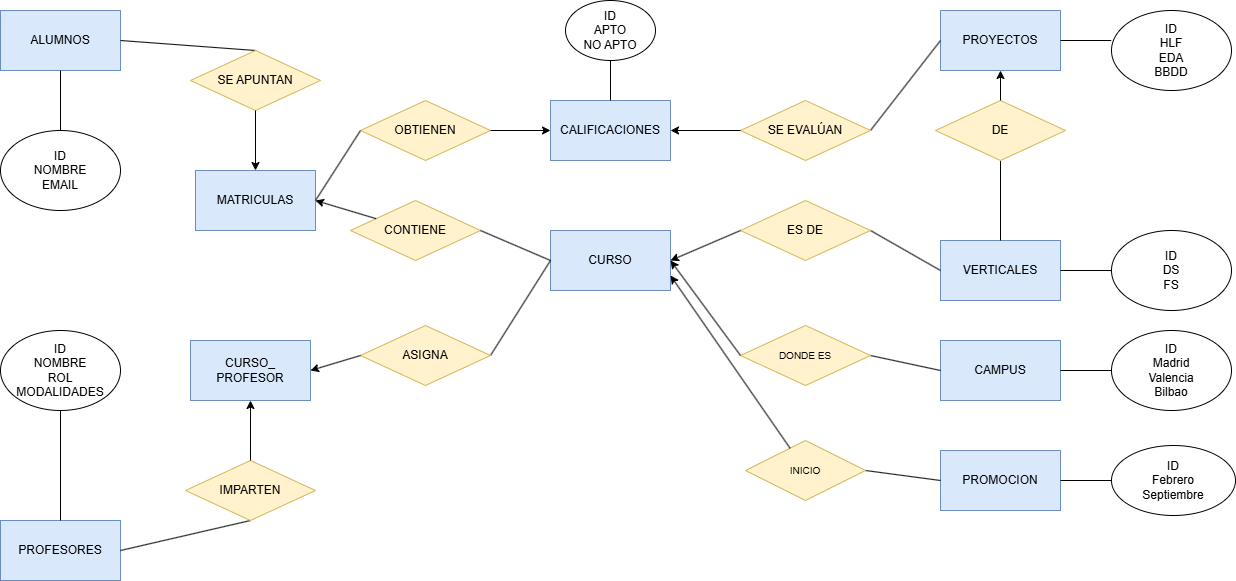
The draw.io diagram modelos/modelo entidad relacion.png in ijdiaz17/BBDD, before a commit. Source tidied: cells renumbered, new cells last; positions are measured from the earlier drawing's top-left corner, leaving out a move shared by most shapes.
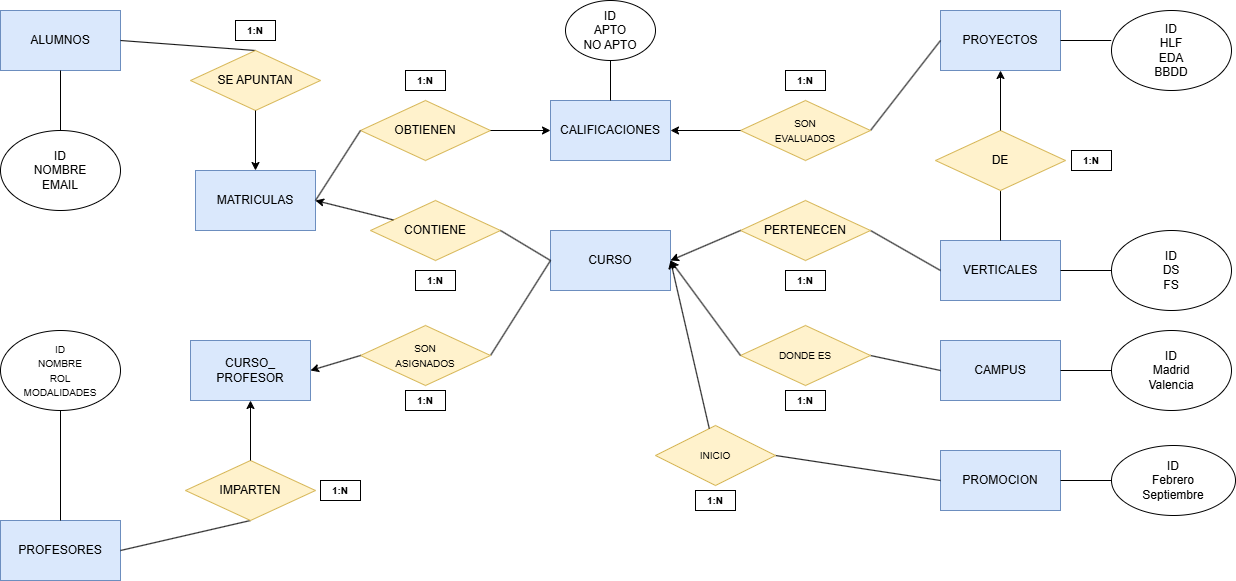
Above is the later version.

Commit message:
CARGA DE ARCHIVOS

Change to the diagram source:
```diff
@@ -35,10 +35,10 @@
     <mxCell id="12" value="&lt;div&gt;ID&lt;/div&gt;NOMBRE&lt;div&gt;EMAIL&lt;/div&gt;" style="ellipse;whiteSpace=wrap;html=1;" parent="1" vertex="1">
       <mxGeometry y="130" width="120" height="80" as="geometry" />
     </mxCell>
-    <mxCell id="13" value="&lt;div&gt;ID&lt;/div&gt;NOMBRE&lt;div&gt;ROL&lt;/div&gt;&lt;div&gt;MODALIDADES&lt;/div&gt;" style="ellipse;whiteSpace=wrap;html=1;" parent="1" vertex="1">
+    <mxCell id="13" value="&lt;div&gt;&lt;font style=&quot;font-size: 10px;&quot;&gt;ID&lt;/font&gt;&lt;/div&gt;&lt;font style=&quot;font-size: 10px;&quot;&gt;NOMBRE&lt;/font&gt;&lt;div&gt;&lt;font style=&quot;font-size: 10px;&quot;&gt;ROL&lt;/font&gt;&lt;/div&gt;&lt;div&gt;&lt;font style=&quot;font-size: 10px;&quot;&gt;MODALIDADES&lt;/font&gt;&lt;/div&gt;" style="ellipse;whiteSpace=wrap;html=1;" parent="1" vertex="1">
       <mxGeometry y="330" width="120" height="80" as="geometry" />
     </mxCell>
-    <mxCell id="14" value="&lt;div&gt;ID&lt;/div&gt;Madrid&lt;div&gt;Valencia&lt;/div&gt;&lt;div&gt;Bilbao&lt;/div&gt;" style="ellipse;whiteSpace=wrap;html=1;" parent="1" vertex="1">
+    <mxCell id="14" value="&lt;div&gt;ID&lt;/div&gt;Madrid&lt;div&gt;Valencia&lt;/div&gt;" style="ellipse;whiteSpace=wrap;html=1;" parent="1" vertex="1">
       <mxGeometry x="1111" y="330" width="120" height="80" as="geometry" />
     </mxCell>
     <mxCell id="15" value="&lt;div&gt;ID&lt;/div&gt;DS&lt;div&gt;FS&lt;/div&gt;" style="ellipse;whiteSpace=wrap;html=1;" parent="1" vertex="1">
@@ -68,13 +68,13 @@
     <mxCell id="23" style="endArrow=none;html=1;rounded=0;exitX=1;exitY=0.5;exitDx=0;exitDy=0;entryX=0;entryY=0.5;entryDx=0;entryDy=0;" parent="1" edge="1" source="24" target="2">
       <mxGeometry relative="1" as="geometry" />
     </mxCell>
-    <mxCell id="24" value="SE EVALÚAN" style="rhombus;whiteSpace=wrap;html=1;fillColor=#fff2cc;strokeColor=#d6b656;" parent="1" vertex="1">
+    <mxCell id="24" value="&lt;div&gt;&lt;font style=&quot;font-size: 10px;&quot;&gt;SON&lt;/font&gt;&lt;/div&gt;&lt;div&gt;&lt;font style=&quot;font-size: 10px;&quot;&gt;EVALUADOS&lt;/font&gt;&lt;/div&gt;" style="rhombus;whiteSpace=wrap;html=1;fillColor=#fff2cc;strokeColor=#d6b656;" parent="1" vertex="1">
       <mxGeometry x="740" y="100" width="130" height="60" as="geometry" />
     </mxCell>
     <mxCell id="25" style="endArrow=none;html=1;rounded=0;entryX=0;entryY=0.5;entryDx=0;entryDy=0;exitX=1;exitY=0.5;exitDx=0;exitDy=0;" parent="1" edge="1" source="26" target="4">
       <mxGeometry relative="1" as="geometry" />
     </mxCell>
-    <mxCell id="26" value="ES DE" style="rhombus;whiteSpace=wrap;html=1;fillColor=#fff2cc;strokeColor=#d6b656;" parent="1" vertex="1">
+    <mxCell id="26" value="PERTENECEN" style="rhombus;whiteSpace=wrap;html=1;fillColor=#fff2cc;strokeColor=#d6b656;" parent="1" vertex="1">
       <mxGeometry x="740" y="200" width="130" height="60" as="geometry" />
     </mxCell>
     <mxCell id="27" style="endArrow=none;html=1;rounded=0;entryX=0;entryY=0.5;entryDx=0;entryDy=0;exitX=1;exitY=0.5;exitDx=0;exitDy=0;" parent="1" edge="1" source="28" target="3">
@@ -87,25 +87,25 @@
       <mxGeometry relative="1" as="geometry" />
     </mxCell>
     <mxCell id="30" value="&lt;font style=&quot;font-size: 10px;&quot;&gt;INICIO&lt;/font&gt;" style="rhombus;whiteSpace=wrap;html=1;fillColor=#fff2cc;strokeColor=#d6b656;" parent="1" vertex="1">
-      <mxGeometry x="745" y="440" width="120" height="60" as="geometry" />
+      <mxGeometry x="655" y="425" width="120" height="60" as="geometry" />
     </mxCell>
     <mxCell id="31" value="&lt;div&gt;OBTIENEN&lt;/div&gt;" style="rhombus;whiteSpace=wrap;html=1;fillColor=#fff2cc;strokeColor=#d6b656;" parent="1" vertex="1">
       <mxGeometry x="360" y="100" width="130" height="60" as="geometry" />
     </mxCell>
     <mxCell id="32" value="CONTIENE" style="rhombus;whiteSpace=wrap;html=1;fillColor=#fff2cc;strokeColor=#d6b656;" parent="1" vertex="1">
-      <mxGeometry x="350" y="200" width="130" height="60" as="geometry" />
+      <mxGeometry x="370" y="200" width="130" height="60" as="geometry" />
     </mxCell>
     <mxCell id="33" style="endArrow=none;html=1;rounded=0;exitX=1;exitY=0.5;exitDx=0;exitDy=0;entryX=0;entryY=0.5;entryDx=0;entryDy=0;" parent="1" edge="1" source="34" target="8">
       <mxGeometry relative="1" as="geometry" />
     </mxCell>
-    <mxCell id="34" value="ASIGNA" style="rhombus;whiteSpace=wrap;html=1;fillColor=#fff2cc;strokeColor=#d6b656;" parent="1" vertex="1">
+    <mxCell id="34" value="&lt;font style=&quot;font-size: 10px;&quot;&gt;SON&lt;/font&gt;&lt;div&gt;&lt;font style=&quot;font-size: 10px;&quot;&gt;ASIGNADOS&lt;/font&gt;&lt;/div&gt;" style="rhombus;whiteSpace=wrap;html=1;fillColor=#fff2cc;strokeColor=#d6b656;" parent="1" vertex="1">
       <mxGeometry x="360" y="325" width="130" height="60" as="geometry" />
     </mxCell>
     <mxCell id="35" style="endArrow=none;html=1;rounded=0;entryX=0.5;entryY=1;entryDx=0;entryDy=0;" parent="1" edge="1" source="4" target="36">
       <mxGeometry relative="1" as="geometry" />
     </mxCell>
     <mxCell id="36" value="DE" style="rhombus;whiteSpace=wrap;html=1;fillColor=#fff2cc;strokeColor=#d6b656;" parent="1" vertex="1">
-      <mxGeometry x="935" y="100" width="130" height="60" as="geometry" />
+      <mxGeometry x="935" y="130" width="130" height="60" as="geometry" />
     </mxCell>
     <mxCell id="37" style="endArrow=none;html=1;rounded=0;entryX=-0.002;entryY=0.375;entryDx=0;entryDy=0;exitX=1;exitY=0.5;exitDx=0;exitDy=0;entryPerimeter=0;" parent="1" edge="1" source="2" target="16">
       <mxGeometry relative="1" as="geometry" />
@@ -156,17 +156,49 @@
     <mxCell id="51" style="endArrow=classic;html=1;rounded=0;entryX=1;entryY=0.5;entryDx=0;entryDy=0;exitX=0;exitY=0.5;exitDx=0;exitDy=0;" parent="1" edge="1" source="24" target="10">
       <mxGeometry relative="1" as="geometry" />
     </mxCell>
-    <mxCell id="52" style="endArrow=classic;html=1;rounded=0;exitX=0;exitY=0.5;exitDx=0;exitDy=0;entryX=1;entryY=0.5;entryDx=0;entryDy=0;" parent="1" edge="1" source="26" target="8">
-      <mxGeometry relative="1" as="geometry" />
+    <mxCell id="52" style="endArrow=classic;html=1;rounded=0;exitX=0;exitY=0.5;exitDx=0;exitDy=0;" parent="1" edge="1" source="26">
+      <mxGeometry relative="1" as="geometry">
+        <mxPoint x="670" y="260" as="targetPoint" />
+      </mxGeometry>
     </mxCell>
     <mxCell id="53" style="endArrow=classic;html=1;rounded=0;exitX=0;exitY=0.5;exitDx=0;exitDy=0;entryX=1;entryY=0.5;entryDx=0;entryDy=0;" parent="1" edge="1" source="28" target="8">
       <mxGeometry relative="1" as="geometry" />
     </mxCell>
-    <mxCell id="54" style="endArrow=classic;html=1;rounded=0;entryX=1;entryY=0.75;entryDx=0;entryDy=0;" parent="1" edge="1" source="30" target="8">
+    <mxCell id="54" style="endArrow=classic;html=1;rounded=0;entryX=1;entryY=0.5;entryDx=0;entryDy=0;" parent="1" edge="1" source="30" target="8">
       <mxGeometry relative="1" as="geometry" />
     </mxCell>
     <mxCell id="55" style="endArrow=classic;html=1;rounded=0;entryX=0.5;entryY=1;entryDx=0;entryDy=0;exitX=0.5;exitY=0;exitDx=0;exitDy=0;" parent="1" edge="1" source="36" target="2">
       <mxGeometry relative="1" as="geometry" />
     </mxCell>
+    <mxCell id="56" value="&lt;font style=&quot;font-size: 10px;&quot;&gt;&lt;b&gt;1:N&lt;/b&gt;&lt;/font&gt;" style="rounded=0;whiteSpace=wrap;html=1;" parent="1" vertex="1">
+      <mxGeometry x="235" y="20" width="40" height="20" as="geometry" />
+    </mxCell>
+    <mxCell id="57" value="&lt;font style=&quot;font-size: 10px;&quot;&gt;&lt;b&gt;1:N&lt;/b&gt;&lt;/font&gt;" style="rounded=0;whiteSpace=wrap;html=1;" parent="1" vertex="1">
+      <mxGeometry x="415" y="270" width="40" height="20" as="geometry" />
+    </mxCell>
+    <mxCell id="58" value="&lt;font style=&quot;font-size: 10px;&quot;&gt;&lt;b&gt;1:N&lt;/b&gt;&lt;/font&gt;" style="rounded=0;whiteSpace=wrap;html=1;" parent="1" vertex="1">
+      <mxGeometry x="320" y="480" width="40" height="20" as="geometry" />
+    </mxCell>
+    <mxCell id="59" value="&lt;font style=&quot;font-size: 10px;&quot;&gt;&lt;b&gt;1:N&lt;/b&gt;&lt;/font&gt;" style="rounded=0;whiteSpace=wrap;html=1;" parent="1" vertex="1">
+      <mxGeometry x="695" y="490" width="40" height="20" as="geometry" />
+    </mxCell>
+    <mxCell id="60" value="&lt;font style=&quot;font-size: 10px;&quot;&gt;&lt;b&gt;1:N&lt;/b&gt;&lt;/font&gt;" style="rounded=0;whiteSpace=wrap;html=1;" parent="1" vertex="1">
+      <mxGeometry x="785" y="390" width="40" height="20" as="geometry" />
+    </mxCell>
+    <mxCell id="61" value="&lt;font style=&quot;font-size: 10px;&quot;&gt;&lt;b&gt;1:N&lt;/b&gt;&lt;/font&gt;" style="rounded=0;whiteSpace=wrap;html=1;" parent="1" vertex="1">
+      <mxGeometry x="785" y="270" width="40" height="20" as="geometry" />
+    </mxCell>
+    <mxCell id="62" value="&lt;font style=&quot;font-size: 10px;&quot;&gt;&lt;b&gt;1:N&lt;/b&gt;&lt;/font&gt;" style="rounded=0;whiteSpace=wrap;html=1;" parent="1" vertex="1">
+      <mxGeometry x="405" y="70" width="40" height="20" as="geometry" />
+    </mxCell>
+    <mxCell id="63" value="&lt;font style=&quot;font-size: 10px;&quot;&gt;&lt;b&gt;1:N&lt;/b&gt;&lt;/font&gt;" style="rounded=0;whiteSpace=wrap;html=1;" parent="1" vertex="1">
+      <mxGeometry x="785" y="70" width="40" height="20" as="geometry" />
+    </mxCell>
+    <mxCell id="64" value="&lt;font style=&quot;font-size: 10px;&quot;&gt;&lt;b&gt;1:N&lt;/b&gt;&lt;/font&gt;" style="rounded=0;whiteSpace=wrap;html=1;" parent="1" vertex="1">
+      <mxGeometry x="1071" y="150" width="40" height="20" as="geometry" />
+    </mxCell>
+    <mxCell id="65" value="&lt;font style=&quot;font-size: 10px;&quot;&gt;&lt;b&gt;1:N&lt;/b&gt;&lt;/font&gt;" style="rounded=0;whiteSpace=wrap;html=1;" parent="1" vertex="1">
+      <mxGeometry x="405" y="390" width="40" height="20" as="geometry" />
+    </mxCell>
   </root>
 </mxGraphModel>
```
